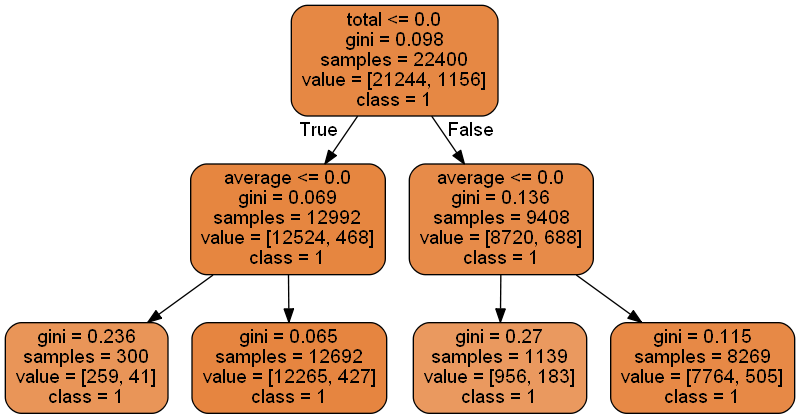
The Graphviz diagram data_tree.png in araygada/MachineLearning_TrabajoFinal, before a commit. Its source is kept beside it as data_tree.dot. Source of this version:
```dot
digraph Tree {
node [shape=box, style="filled, rounded", color="black", fontname=helvetica] ;
edge [fontname=helvetica] ;
0 [label="total <= 0.0\ngini = 0.098\nsamples = 22400\nvalue = [21244, 1156]\nclass = 1", fillcolor="#e68844"] ;
1 [label="average <= 0.0\ngini = 0.069\nsamples = 12992\nvalue = [12524, 468]\nclass = 1", fillcolor="#e68640"] ;
0 -> 1 [labeldistance=2.5, labelangle=45, headlabel="True"] ;
2 [label="gini = 0.236\nsamples = 300\nvalue = [259, 41]\nclass = 1", fillcolor="#e99558"] ;
1 -> 2 ;
3 [label="gini = 0.065\nsamples = 12692\nvalue = [12265, 427]\nclass = 1", fillcolor="#e68540"] ;
1 -> 3 ;
4 [label="average <= 0.0\ngini = 0.136\nsamples = 9408\nvalue = [8720, 688]\nclass = 1", fillcolor="#e78b49"] ;
0 -> 4 [labeldistance=2.5, labelangle=-45, headlabel="False"] ;
5 [label="gini = 0.27\nsamples = 1139\nvalue = [956, 183]\nclass = 1", fillcolor="#ea995f"] ;
4 -> 5 ;
6 [label="gini = 0.115\nsamples = 8269\nvalue = [7764, 505]\nclass = 1", fillcolor="#e78946"] ;
4 -> 6 ;
}
```
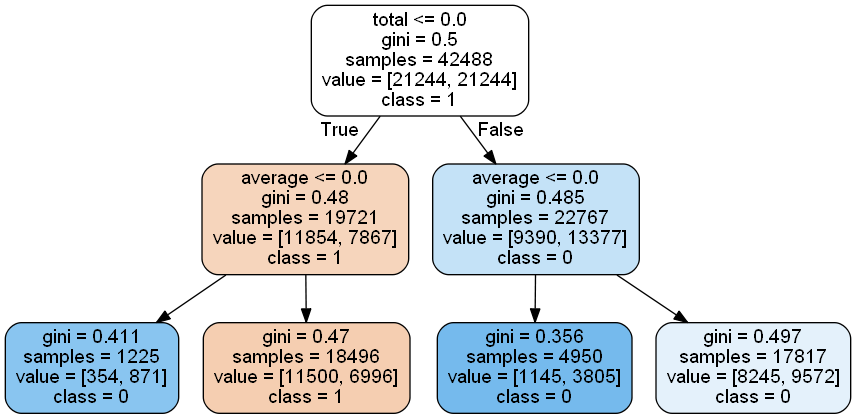
The same file after the commit.

Change to the diagram source:
```diff
@@ -1,17 +1,17 @@
 digraph Tree {
 node [shape=box, style="filled, rounded", color="black", fontname=helvetica] ;
 edge [fontname=helvetica] ;
-0 [label="total <= 0.0\ngini = 0.098\nsamples = 22400\nvalue = [21244, 1156]\nclass = 1", fillcolor="#e68844"] ;
-1 [label="average <= 0.0\ngini = 0.069\nsamples = 12992\nvalue = [12524, 468]\nclass = 1", fillcolor="#e68640"] ;
+0 [label="total <= 0.0\ngini = 0.5\nsamples = 42488\nvalue = [21244, 21244]\nclass = 1", fillcolor="#ffffff"] ;
+1 [label="average <= 0.0\ngini = 0.48\nsamples = 19721\nvalue = [11854, 7867]\nclass = 1", fillcolor="#f6d5bc"] ;
 0 -> 1 [labeldistance=2.5, labelangle=45, headlabel="True"] ;
-2 [label="gini = 0.236\nsamples = 300\nvalue = [259, 41]\nclass = 1", fillcolor="#e99558"] ;
+2 [label="gini = 0.411\nsamples = 1225\nvalue = [354, 871]\nclass = 0", fillcolor="#89c5f0"] ;
 1 -> 2 ;
-3 [label="gini = 0.065\nsamples = 12692\nvalue = [12265, 427]\nclass = 1", fillcolor="#e68540"] ;
+3 [label="gini = 0.47\nsamples = 18496\nvalue = [11500, 6996]\nclass = 1", fillcolor="#f5ceb1"] ;
 1 -> 3 ;
-4 [label="average <= 0.0\ngini = 0.136\nsamples = 9408\nvalue = [8720, 688]\nclass = 1", fillcolor="#e78b49"] ;
+4 [label="average <= 0.0\ngini = 0.485\nsamples = 22767\nvalue = [9390, 13377]\nclass = 0", fillcolor="#c4e2f7"] ;
 0 -> 4 [labeldistance=2.5, labelangle=-45, headlabel="False"] ;
-5 [label="gini = 0.27\nsamples = 1139\nvalue = [956, 183]\nclass = 1", fillcolor="#ea995f"] ;
+5 [label="gini = 0.356\nsamples = 4950\nvalue = [1145, 3805]\nclass = 0", fillcolor="#75baed"] ;
 4 -> 5 ;
-6 [label="gini = 0.115\nsamples = 8269\nvalue = [7764, 505]\nclass = 1", fillcolor="#e78946"] ;
+6 [label="gini = 0.497\nsamples = 17817\nvalue = [8245, 9572]\nclass = 0", fillcolor="#e4f1fb"] ;
 4 -> 6 ;
 }
```
